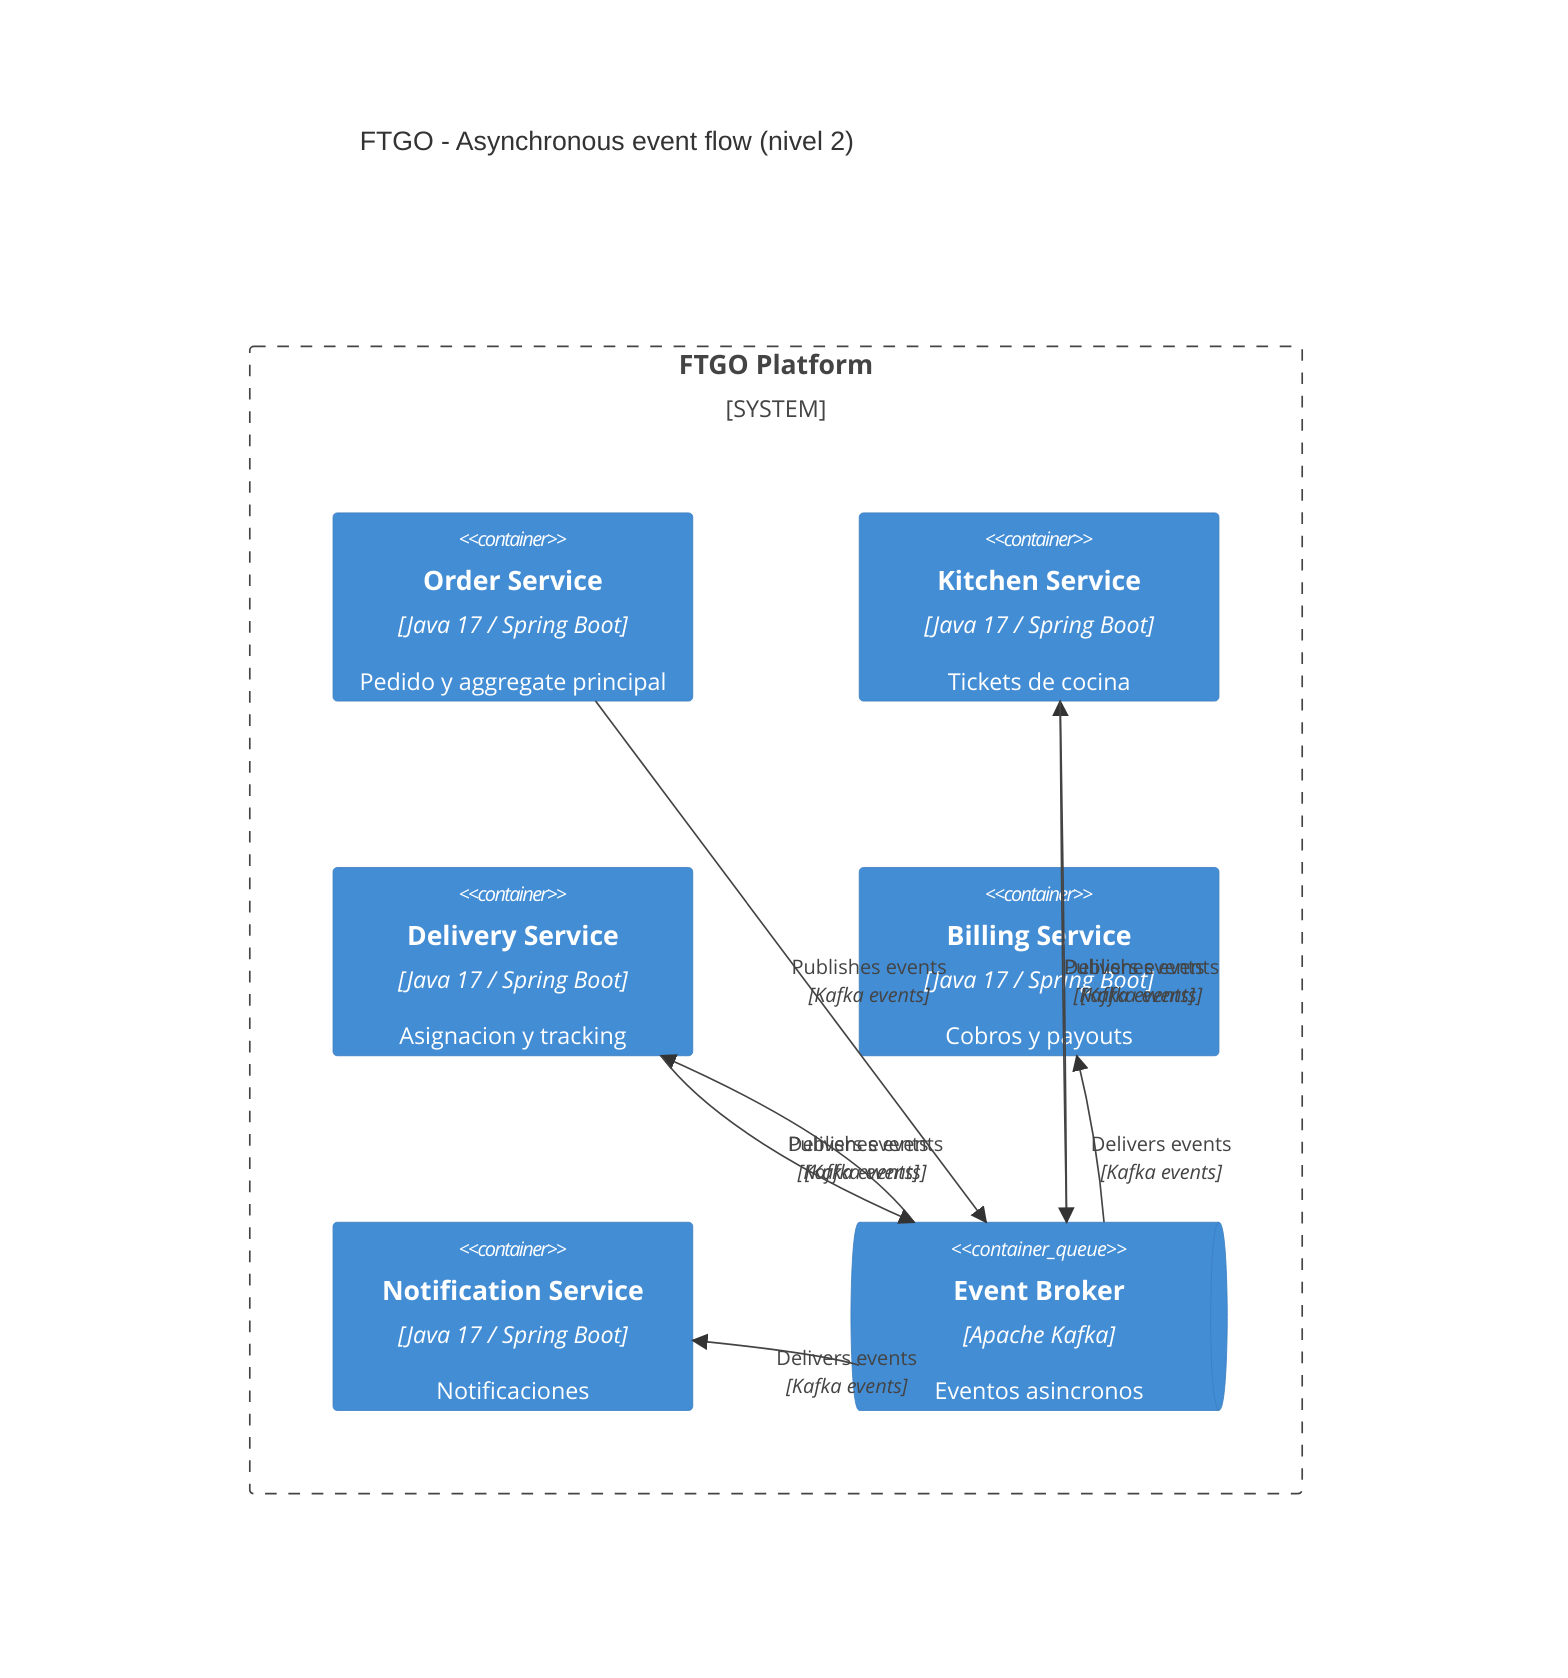
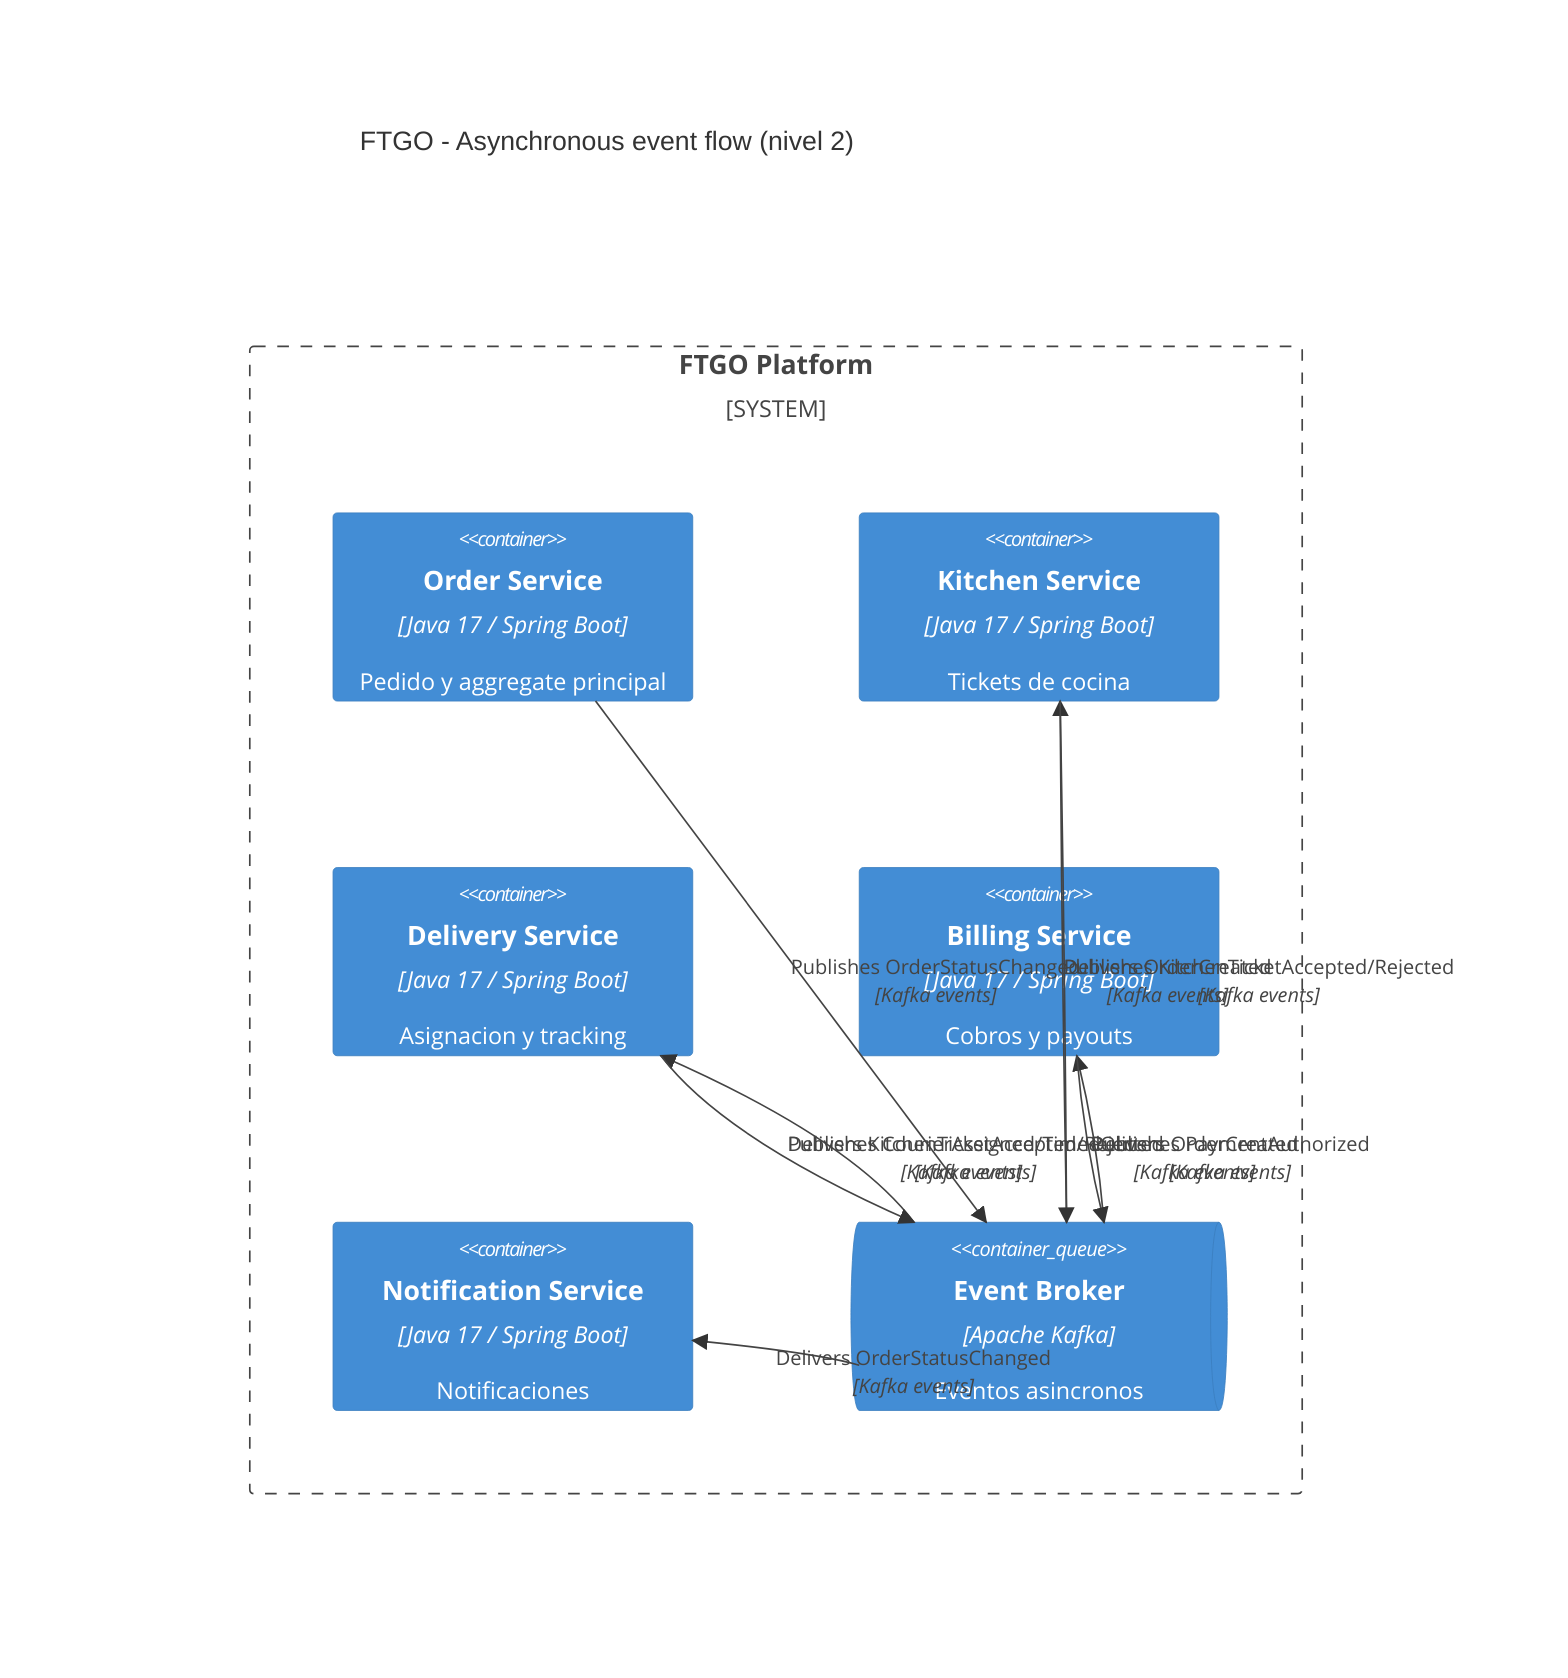
C4Container
title FTGO - Asynchronous event flow (nivel 2)

System_Boundary(ftgo, "FTGO Platform") {
  Container(order_svc, "Order Service", "Java 17 / Spring Boot", "Pedido y aggregate principal")
  Container(kitchen_svc, "Kitchen Service", "Java 17 / Spring Boot", "Tickets de cocina")
  Container(delivery_svc, "Delivery Service", "Java 17 / Spring Boot", "Asignacion y tracking")
  Container(billing_svc, "Billing Service", "Java 17 / Spring Boot", "Cobros y payouts")
  Container(notification_svc, "Notification Service", "Java 17 / Spring Boot", "Notificaciones")
  ContainerQueue(event_broker, "Event Broker", "Apache Kafka", "Eventos asincronos")
}

- Rel(order_svc, event_broker, "Publishes events", "Kafka events")
- Rel(event_broker, kitchen_svc, "Delivers events", "Kafka events")
- Rel(event_broker, billing_svc, "Delivers events", "Kafka events")
- Rel(kitchen_svc, event_broker, "Publishes events", "Kafka events")
- Rel(event_broker, delivery_svc, "Delivers events", "Kafka events")
- Rel(delivery_svc, event_broker, "Publishes events", "Kafka events")
- Rel(event_broker, notification_svc, "Delivers events", "Kafka events")
+ Rel(order_svc, event_broker, "Publishes OrderCreated", "Kafka events")
+ Rel(event_broker, kitchen_svc, "Delivers OrderCreated", "Kafka events")
+ Rel(event_broker, billing_svc, "Delivers OrderCreated", "Kafka events")
+ Rel(billing_svc, event_broker, "Publishes PaymentAuthorized", "Kafka events")
+ Rel(kitchen_svc, event_broker, "Publishes KitchenTicketAccepted/Rejected", "Kafka events")
+ Rel(event_broker, delivery_svc, "Delivers KitchenTicketAccepted/Rejected", "Kafka events")
+ Rel(delivery_svc, event_broker, "Publishes CourierAssigned/TimedOut", "Kafka events")
+ Rel(order_svc, event_broker, "Publishes OrderStatusChanged", "Kafka events")
+ Rel(event_broker, notification_svc, "Delivers OrderStatusChanged", "Kafka events")
